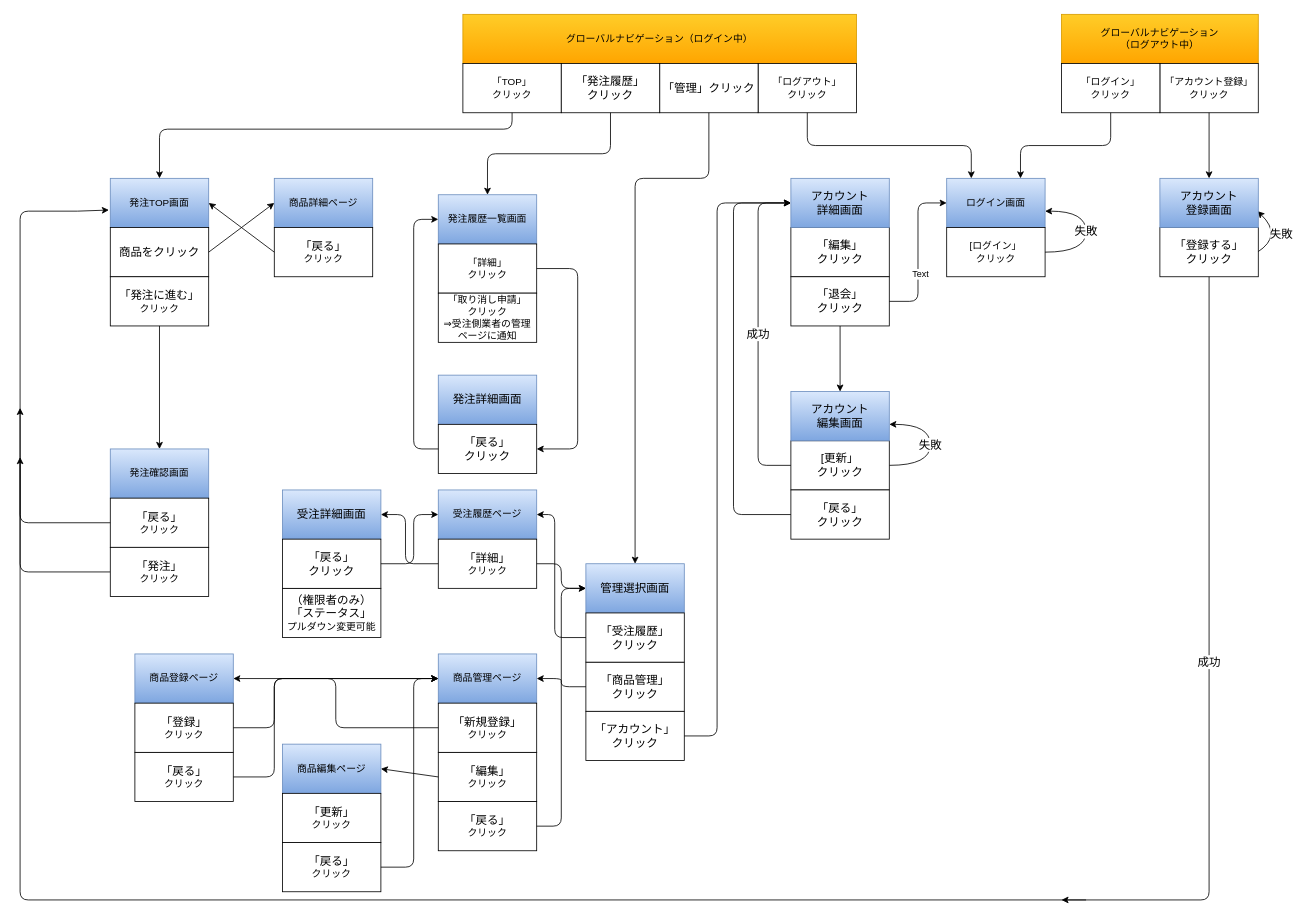
Earlier version of the draw.io diagram screen_transition3.drawio (ushimedia/catalog_task_3). Source tidied: cells renumbered, new cells numbered last; positions are measured from the earlier drawing's top-left corner, leaving out a move shared by most shapes. Both pictures are drawn from the tidied source at 82%, with x=0, y=0 at pixel (11, 14).
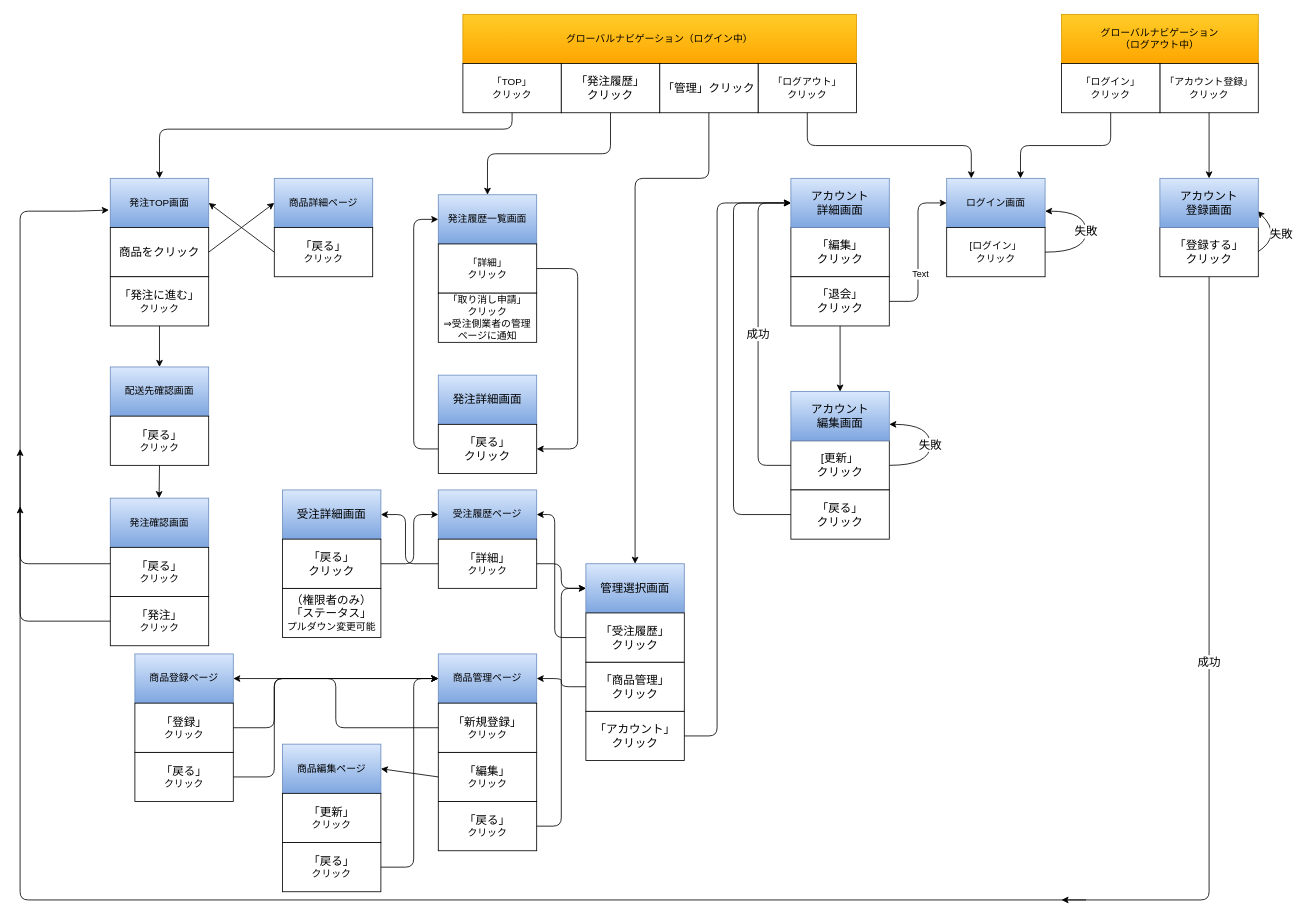
The same diagram, later.

Unchanged cells that the change refers to:
```xml
<mxCell id="45" value="&lt;span style=&quot;font-size: 14px&quot;&gt;「発注に進む」&lt;br&gt;&lt;/span&gt;クリック" style="rounded=0;whiteSpace=wrap;html=1;" parent="1" vertex="1">
  <mxGeometry x="120" y="320" width="120" height="60" as="geometry" />
</mxCell>
```

What changed in the source:
```diff
@@
     <mxCell id="46" value="発注確認画面" style="rounded=0;whiteSpace=wrap;html=1;fillColor=#dae8fc;gradientColor=#7ea6e0;strokeColor=#6c8ebf;" parent="1" vertex="1">
-      <mxGeometry x="120" y="530" width="120" height="60" as="geometry" />
+      <mxGeometry x="120" y="590" width="120" height="60" as="geometry" />
     </mxCell>
     <mxCell id="47" style="endArrow=classic;html=1;exitX=0.5;exitY=1;exitDx=0;exitDy=0;" parent="1" edge="1" source="45">
       <mxGeometry relative="1" as="geometry">
-        <mxPoint x="180" y="530" as="targetPoint" />
+        <mxPoint x="180" y="430" as="targetPoint" />
       </mxGeometry>
     </mxCell>
     <mxCell id="48" style="edgeStyle=segmentEdgeStyle;endArrow=classic;html=1;exitX=0;exitY=0.5;exitDx=0;exitDy=0;" parent="1" edge="1">
       <mxGeometry relative="1" as="geometry">
-        <mxPoint x="120" y="680" as="sourcePoint" />
-        <mxPoint x="10" y="540" as="targetPoint" />
+        <mxPoint x="120" y="740" as="sourcePoint" />
+        <mxPoint x="10" y="600" as="targetPoint" />
       </mxGeometry>
     </mxCell>
@@
     <mxCell id="55" value="&lt;span style=&quot;font-size: 14px&quot;&gt;「戻る」&lt;br&gt;&lt;/span&gt;クリック" style="rounded=0;whiteSpace=wrap;html=1;" parent="1" vertex="1">
-      <mxGeometry x="120" y="590" width="120" height="60" as="geometry" />
+      <mxGeometry x="120" y="650" width="120" height="60" as="geometry" />
     </mxCell>
     <mxCell id="56" value="&lt;span style=&quot;font-size: 14px&quot;&gt;「発注」&lt;br&gt;&lt;/span&gt;クリック" style="rounded=0;whiteSpace=wrap;html=1;" parent="1" vertex="1">
-      <mxGeometry x="120" y="650" width="120" height="60" as="geometry" />
+      <mxGeometry x="120" y="710" width="120" height="60" as="geometry" />
     </mxCell>
@@
     <mxCell id="87" style="edgeStyle=segmentEdgeStyle;endArrow=classic;html=1;exitX=0;exitY=0.5;exitDx=0;exitDy=0;" parent="1" edge="1">
       <mxGeometry relative="1" as="geometry">
-        <mxPoint x="120" y="620" as="sourcePoint" />
-        <mxPoint x="10" y="480" as="targetPoint" />
+        <mxPoint x="120" y="670" as="sourcePoint" />
+        <mxPoint x="10" y="530" as="targetPoint" />
       </mxGeometry>
     </mxCell>
+    <mxCell id="88" value="配送先確認画面" style="rounded=0;whiteSpace=wrap;html=1;fillColor=#dae8fc;gradientColor=#7ea6e0;strokeColor=#6c8ebf;" parent="1" vertex="1">
+      <mxGeometry x="120" y="430" width="120" height="60" as="geometry" />
+    </mxCell>
+    <mxCell id="89" value="&lt;span style=&quot;font-size: 14px&quot;&gt;「戻る」&lt;br&gt;&lt;/span&gt;クリック" style="rounded=0;whiteSpace=wrap;html=1;" parent="1" vertex="1">
+      <mxGeometry x="120" y="490" width="120" height="60" as="geometry" />
+    </mxCell>
+    <mxCell id="90" style="endArrow=classic;html=1;" parent="1" edge="1">
+      <mxGeometry relative="1" as="geometry">
+        <mxPoint x="180" y="550" as="sourcePoint" />
+        <mxPoint x="179.5" y="590" as="targetPoint" />
+      </mxGeometry>
+    </mxCell>
```
